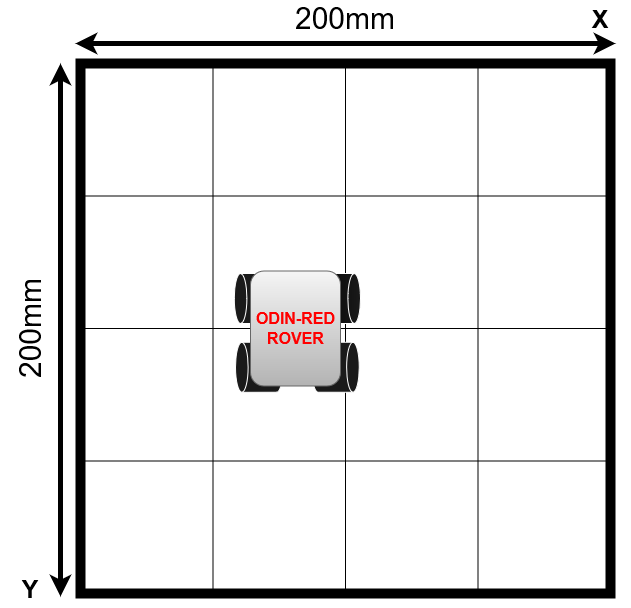
This is wiki/rover_grid.png from CSSE4011-projects/odin-red, a draw.io export, as it was before one commit. Source tidied: cells renumbered, new cells last; positions are measured from the earlier drawing's top-left corner, leaving out a move shared by most shapes.
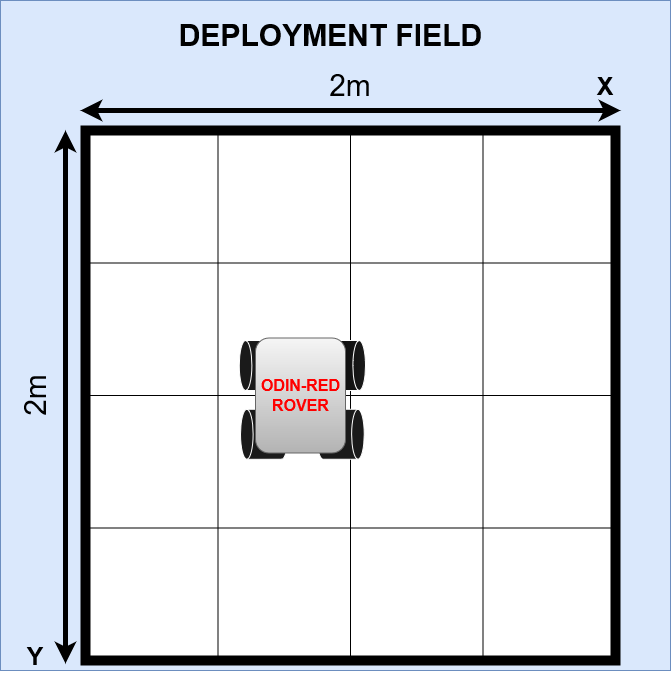
The same file after the commit.

Commit message:
editing rover grid deployment image, fixing units and background to match all device modes (light and dark)

What changed in the source:
```diff
@@ -2,67 +2,70 @@
   <root>
     <mxCell id="0" />
     <mxCell id="1" parent="0" />
-    <mxCell id="2" style="whiteSpace=wrap;html=1;strokeWidth=10;" parent="1" vertex="1">
-      <mxGeometry x="80" y="60" width="530" height="530" as="geometry" />
-    </mxCell>
-    <mxCell id="3" style="endArrow=none;html=1;rounded=0;exitX=0;exitY=0.5;exitDx=0;exitDy=0;entryX=1;entryY=0.5;entryDx=0;entryDy=0;" parent="1" edge="1" target="2">
-      <mxGeometry relative="1" as="geometry">
-        <mxPoint x="260" y="325" as="sourcePoint" />
-      </mxGeometry>
-    </mxCell>
-    <mxCell id="4" style="endArrow=none;html=1;rounded=0;exitX=0;exitY=0.75;exitDx=0;exitDy=0;entryX=1;entryY=0.75;entryDx=0;entryDy=0;" parent="1" edge="1" source="2" target="2">
-      <mxGeometry relative="1" as="geometry" />
-    </mxCell>
-    <mxCell id="5" style="endArrow=none;html=1;rounded=0;exitX=0;exitY=0.25;exitDx=0;exitDy=0;entryX=1;entryY=0.25;entryDx=0;entryDy=0;" parent="1" edge="1" source="2" target="2">
-      <mxGeometry relative="1" as="geometry" />
-    </mxCell>
-    <mxCell id="6" style="endArrow=none;html=1;rounded=0;entryX=0.25;entryY=0;entryDx=0;entryDy=0;exitX=0.25;exitY=1;exitDx=0;exitDy=0;" parent="1" edge="1" source="2" target="2">
-      <mxGeometry relative="1" as="geometry" />
-    </mxCell>
-    <mxCell id="7" style="endArrow=none;html=1;rounded=0;entryX=0.5;entryY=0;entryDx=0;entryDy=0;exitX=0.5;exitY=1;exitDx=0;exitDy=0;" parent="1" edge="1" source="2" target="2">
-      <mxGeometry relative="1" as="geometry" />
-    </mxCell>
-    <mxCell id="8" style="endArrow=none;html=1;rounded=0;entryX=0.75;entryY=0;entryDx=0;entryDy=0;exitX=0.75;exitY=1;exitDx=0;exitDy=0;" parent="1" edge="1" source="2" target="2">
-      <mxGeometry relative="1" as="geometry" />
-    </mxCell>
-    <mxCell id="9" style="shape=cylinder3;whiteSpace=wrap;html=1;boundedLbl=1;backgroundOutline=1;size=6.315789473684276;rotation=-90;fillColor=#1A1A1A;strokeColor=#FFFFFF;" parent="1" vertex="1">
-      <mxGeometry x="233.1" y="270.6" width="50" height="48.8" as="geometry" />
-    </mxCell>
-    <mxCell id="10" style="shape=cylinder3;whiteSpace=wrap;html=1;boundedLbl=1;backgroundOutline=1;size=6.315789473684276;rotation=90;fillColor=#1A1A1A;strokeColor=#FFFFFF;gradientColor=#000000;" parent="1" vertex="1">
-      <mxGeometry x="310.6" y="270.6" width="50" height="48.8" as="geometry" />
-    </mxCell>
-    <mxCell id="11" style="shape=cylinder3;whiteSpace=wrap;html=1;boundedLbl=1;backgroundOutline=1;size=6.315789473684276;rotation=-90;fillColor=#1A1A1A;strokeColor=#FFFFFF;" parent="1" vertex="1">
-      <mxGeometry x="233.8" y="340" width="50" height="47.5" as="geometry" />
-    </mxCell>
-    <mxCell id="12" style="shape=cylinder3;whiteSpace=wrap;html=1;boundedLbl=1;backgroundOutline=1;size=6.315789473684276;rotation=90;fillColor=#1A1A1A;strokeColor=#FFFFFF;" parent="1" vertex="1">
-      <mxGeometry x="310" y="340" width="50" height="47.5" as="geometry" />
-    </mxCell>
-    <mxCell id="13" style="endArrow=none;html=1;rounded=0;exitX=0;exitY=0.5;exitDx=0;exitDy=0;entryX=1;entryY=0.5;entryDx=0;entryDy=0;" parent="1" edge="1" source="2">
-      <mxGeometry relative="1" as="geometry">
-        <mxPoint x="340" y="325" as="targetPoint" />
-      </mxGeometry>
-    </mxCell>
-    <mxCell id="14" style="rounded=1;whiteSpace=wrap;html=1;fillColor=#f5f5f5;strokeColor=#666666;gradientColor=#b3b3b3;" parent="1" vertex="1">
-      <mxGeometry x="250" y="267.5" width="90" height="115" as="geometry" />
-    </mxCell>
-    <mxCell id="15" style="endArrow=classic;startArrow=classic;html=1;rounded=0;strokeWidth=5;" parent="1" edge="1">
-      <mxGeometry relative="1" as="geometry">
-        <mxPoint x="60" y="593" as="sourcePoint" />
-        <mxPoint x="60" y="60" as="targetPoint" />
-      </mxGeometry>
-    </mxCell>
-    <mxCell id="16" style="endArrow=classic;startArrow=classic;html=1;rounded=0;strokeWidth=5;" parent="1" edge="1">
-      <mxGeometry relative="1" as="geometry">
-        <mxPoint x="75" y="40" as="sourcePoint" />
-        <mxPoint x="615" y="40" as="targetPoint" />
-      </mxGeometry>
-    </mxCell>
-    <mxCell id="17" value="&lt;font style=&quot;font-size: 30px;&quot;&gt;200mm&lt;br&gt;&lt;/font&gt;" style="text;html=1;strokeColor=none;fillColor=none;align=center;verticalAlign=middle;whiteSpace=wrap;rounded=0;" parent="1" vertex="1">
-      <mxGeometry x="315" width="60" height="30" as="geometry" />
-    </mxCell>
-    <mxCell id="18" value="&lt;font style=&quot;font-size: 30px;&quot;&gt;200mm&lt;br&gt;&lt;/font&gt;" style="text;html=1;strokeColor=none;fillColor=none;align=center;verticalAlign=middle;whiteSpace=wrap;rounded=0;rotation=-90;" parent="1" vertex="1">
-      <mxGeometry y="310" width="60" height="30" as="geometry" />
-    </mxCell>
+    <mxCell id="22" style="whiteSpace=wrap;html=1;fillColor=#dae8fc;strokeColor=#6c8ebf;" parent="1" vertex="1">
+      <mxGeometry x="-5" y="-70" width="670" height="670" as="geometry" />
+    </mxCell>
+    <mxCell id="23" style="whiteSpace=wrap;html=1;strokeWidth=10;" parent="1" vertex="1">
+      <mxGeometry x="80" y="60" width="530" height="530" as="geometry" />
+    </mxCell>
+    <mxCell id="24" style="endArrow=none;html=1;rounded=0;exitX=0;exitY=0.5;exitDx=0;exitDy=0;entryX=1;entryY=0.5;entryDx=0;entryDy=0;" parent="1" edge="1" target="23">
+      <mxGeometry relative="1" as="geometry">
+        <mxPoint x="260" y="325" as="sourcePoint" />
+      </mxGeometry>
+    </mxCell>
+    <mxCell id="25" style="endArrow=none;html=1;rounded=0;exitX=0;exitY=0.75;exitDx=0;exitDy=0;entryX=1;entryY=0.75;entryDx=0;entryDy=0;" parent="1" edge="1" source="23" target="23">
+      <mxGeometry relative="1" as="geometry" />
+    </mxCell>
+    <mxCell id="26" style="endArrow=none;html=1;rounded=0;exitX=0;exitY=0.25;exitDx=0;exitDy=0;entryX=1;entryY=0.25;entryDx=0;entryDy=0;" parent="1" edge="1" source="23" target="23">
+      <mxGeometry relative="1" as="geometry" />
+    </mxCell>
+    <mxCell id="27" style="endArrow=none;html=1;rounded=0;entryX=0.25;entryY=0;entryDx=0;entryDy=0;exitX=0.25;exitY=1;exitDx=0;exitDy=0;" parent="1" edge="1" source="23" target="23">
+      <mxGeometry relative="1" as="geometry" />
+    </mxCell>
+    <mxCell id="28" style="endArrow=none;html=1;rounded=0;entryX=0.5;entryY=0;entryDx=0;entryDy=0;exitX=0.5;exitY=1;exitDx=0;exitDy=0;" parent="1" edge="1" source="23" target="23">
+      <mxGeometry relative="1" as="geometry" />
+    </mxCell>
+    <mxCell id="29" style="endArrow=none;html=1;rounded=0;entryX=0.75;entryY=0;entryDx=0;entryDy=0;exitX=0.75;exitY=1;exitDx=0;exitDy=0;" parent="1" edge="1" source="23" target="23">
+      <mxGeometry relative="1" as="geometry" />
+    </mxCell>
+    <mxCell id="30" style="shape=cylinder3;whiteSpace=wrap;html=1;boundedLbl=1;backgroundOutline=1;size=6.315789473684276;rotation=-90;fillColor=#1A1A1A;strokeColor=#FFFFFF;" parent="1" vertex="1">
+      <mxGeometry x="233.1" y="270.6" width="50" height="48.8" as="geometry" />
+    </mxCell>
+    <mxCell id="31" style="shape=cylinder3;whiteSpace=wrap;html=1;boundedLbl=1;backgroundOutline=1;size=6.315789473684276;rotation=90;fillColor=#1A1A1A;strokeColor=#FFFFFF;gradientColor=#000000;" parent="1" vertex="1">
+      <mxGeometry x="310.6" y="270.6" width="50" height="48.8" as="geometry" />
+    </mxCell>
+    <mxCell id="32" style="shape=cylinder3;whiteSpace=wrap;html=1;boundedLbl=1;backgroundOutline=1;size=6.315789473684276;rotation=-90;fillColor=#1A1A1A;strokeColor=#FFFFFF;" parent="1" vertex="1">
+      <mxGeometry x="233.8" y="340" width="50" height="47.5" as="geometry" />
+    </mxCell>
+    <mxCell id="33" style="shape=cylinder3;whiteSpace=wrap;html=1;boundedLbl=1;backgroundOutline=1;size=6.315789473684276;rotation=90;fillColor=#1A1A1A;strokeColor=#FFFFFF;" parent="1" vertex="1">
+      <mxGeometry x="310" y="340" width="50" height="47.5" as="geometry" />
+    </mxCell>
+    <mxCell id="34" style="endArrow=none;html=1;rounded=0;exitX=0;exitY=0.5;exitDx=0;exitDy=0;entryX=1;entryY=0.5;entryDx=0;entryDy=0;" parent="1" edge="1" source="23">
+      <mxGeometry relative="1" as="geometry">
+        <mxPoint x="340" y="325" as="targetPoint" />
+      </mxGeometry>
+    </mxCell>
+    <mxCell id="35" style="rounded=1;whiteSpace=wrap;html=1;fillColor=#f5f5f5;strokeColor=#666666;gradientColor=#b3b3b3;" parent="1" vertex="1">
+      <mxGeometry x="250" y="267.5" width="90" height="115" as="geometry" />
+    </mxCell>
+    <mxCell id="36" style="endArrow=classic;startArrow=classic;html=1;rounded=0;strokeWidth=5;" parent="1" edge="1">
+      <mxGeometry relative="1" as="geometry">
+        <mxPoint x="60" y="593" as="sourcePoint" />
+        <mxPoint x="60" y="60" as="targetPoint" />
+      </mxGeometry>
+    </mxCell>
+    <mxCell id="37" style="endArrow=classic;startArrow=classic;html=1;rounded=0;strokeWidth=5;" parent="1" edge="1">
+      <mxGeometry relative="1" as="geometry">
+        <mxPoint x="75" y="40" as="sourcePoint" />
+        <mxPoint x="615" y="40" as="targetPoint" />
+      </mxGeometry>
+    </mxCell>
+    <mxCell id="38" value="&lt;font style=&quot;font-size: 30px;&quot;&gt;2m&lt;/font&gt;" style="text;html=1;strokeColor=none;fillColor=none;align=center;verticalAlign=middle;whiteSpace=wrap;rounded=0;" parent="1" vertex="1">
+      <mxGeometry x="315" width="60" height="30" as="geometry" />
+    </mxCell>
+    <mxCell id="39" value="&lt;font style=&quot;font-size: 30px;&quot;&gt;2m&lt;br&gt;&lt;/font&gt;" style="text;html=1;strokeColor=none;fillColor=none;align=center;verticalAlign=middle;whiteSpace=wrap;rounded=0;rotation=-90;" parent="1" vertex="1">
+      <mxGeometry y="310" width="60" height="30" as="geometry" />
+    </mxCell>
     <mxCell id="19" value="&lt;div style=&quot;font-size: 16px;&quot;&gt;&lt;font color=&quot;#ff0000&quot;&gt;&lt;b&gt;&lt;font style=&quot;font-size: 16px;&quot;&gt;ODIN-RED&lt;/font&gt;&lt;/b&gt;&lt;/font&gt;&lt;/div&gt;&lt;div style=&quot;font-size: 16px;&quot;&gt;&lt;font color=&quot;#ff0000&quot;&gt;&lt;b&gt;&lt;font style=&quot;font-size: 16px;&quot;&gt;ROVER&lt;font style=&quot;font-size: 16px;&quot;&gt;&lt;br&gt;&lt;/font&gt;&lt;/font&gt;&lt;/b&gt;&lt;/font&gt;&lt;/div&gt;" style="text;html=1;strokeColor=none;fillColor=none;align=center;verticalAlign=middle;whiteSpace=wrap;rounded=0;" parent="1" vertex="1">
       <mxGeometry x="252.5" y="310" width="85" height="30" as="geometry" />
     </mxCell>
@@ -72,5 +75,8 @@
     <mxCell id="21" value="&lt;b&gt;&lt;font style=&quot;font-size: 25px;&quot;&gt;X&lt;/font&gt;&lt;/b&gt;" style="text;html=1;strokeColor=none;fillColor=none;align=center;verticalAlign=middle;whiteSpace=wrap;rounded=0;" parent="1" vertex="1">
       <mxGeometry x="570" width="60" height="30" as="geometry" />
     </mxCell>
+    <mxCell id="40" value="&lt;font style=&quot;font-size: 30px;&quot;&gt;&lt;b&gt;DEPLOYMENT FIELD&lt;br&gt;&lt;/b&gt;&lt;/font&gt;" style="text;html=1;strokeColor=none;fillColor=none;align=center;verticalAlign=middle;whiteSpace=wrap;rounded=0;" parent="1" vertex="1">
+      <mxGeometry x="25" y="-50" width="601.2" height="30" as="geometry" />
+    </mxCell>
   </root>
 </mxGraphModel>
```
